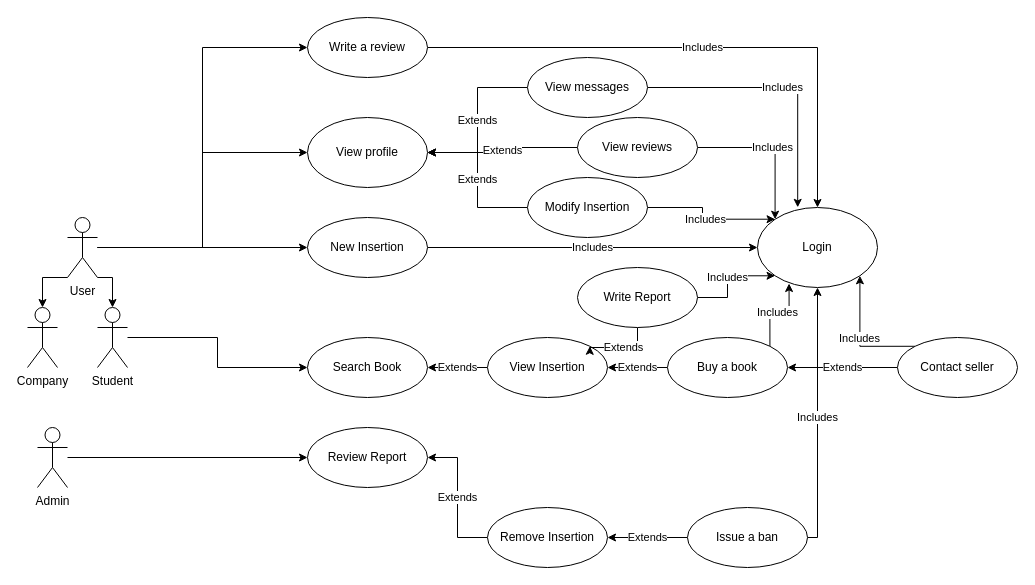
This is blob/Use_Cases_diagram.drawio from davideleoni997/ScambioUniversitario, a draw.io file, before an edit. Source tidied: cells renumbered, new cells numbered last; positions are measured from the earlier drawing's top-left corner, leaving out a move shared by most shapes. Both pictures are drawn from the tidied source at 100%, with x=0, y=0 at pixel (27, 17).
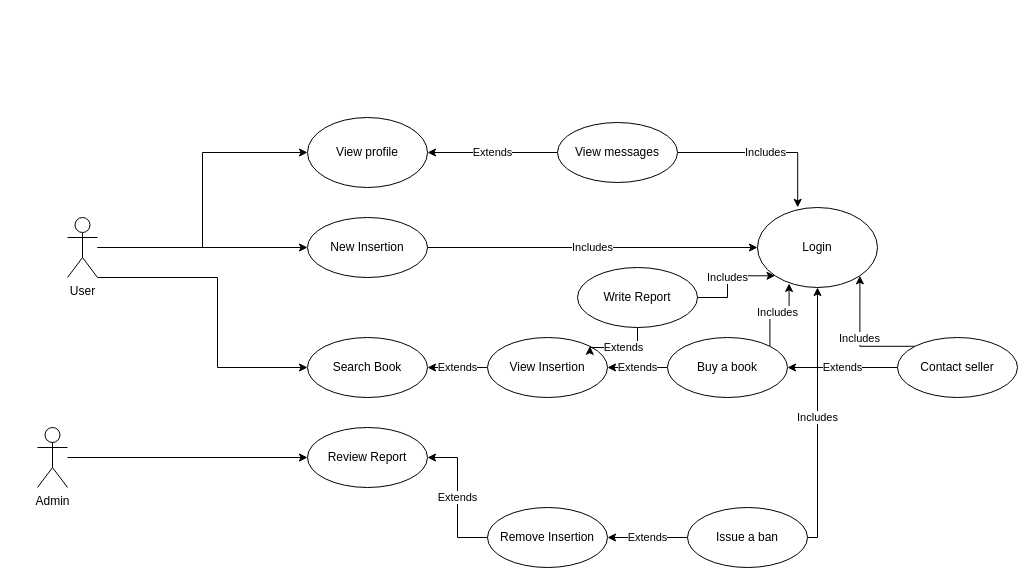
After the change.

Unchanged cells that the change refers to:
```xml
<mxCell id="7" value="User" style="shape=umlActor;verticalLabelPosition=bottom;labelBackgroundColor=#ffffff;verticalAlign=top;html=1;outlineConnect=0;" parent="1" vertex="1">
  <mxGeometry x="40" y="200" width="30" height="60" as="geometry" />
</mxCell>
<mxCell id="16" value="Login" style="ellipse;whiteSpace=wrap;html=1;rounded=0;" parent="1" vertex="1">
  <mxGeometry x="730" y="190" width="120" height="80" as="geometry" />
</mxCell>
<mxCell id="17" value="View profile" style="ellipse;whiteSpace=wrap;html=1;rounded=0;" parent="1" vertex="1">
  <mxGeometry x="280" y="100" width="120" height="70" as="geometry" />
</mxCell>
<mxCell id="18" value="Search Book" style="ellipse;whiteSpace=wrap;html=1;fontFamily=Helvetica;fontSize=12;fontColor=#000000;align=center;strokeColor=#000000;fillColor=#ffffff;" parent="1" vertex="1">
  <mxGeometry x="280" y="320" width="120" height="60" as="geometry" />
</mxCell>
```

The edit, as a diff of the source:
```diff
@@
-    <mxCell id="4" style="edgeStyle=orthogonalEdgeStyle;rounded=0;jettySize=auto;html=1;exitX=1;exitY=1;exitDx=0;exitDy=0;exitPerimeter=0;entryX=0.5;entryY=0;entryDx=0;entryDy=0;entryPerimeter=0;" parent="1" edge="1" source="7" target="33">
-      <mxGeometry relative="1" as="geometry" />
-    </mxCell>
-    <mxCell id="5" style="edgeStyle=orthogonalEdgeStyle;rounded=0;jettySize=auto;html=1;exitX=0;exitY=1;exitDx=0;exitDy=0;exitPerimeter=0;entryX=0.5;entryY=0;entryDx=0;entryDy=0;entryPerimeter=0;" parent="1" edge="1" source="7" target="34">
-      <mxGeometry relative="1" as="geometry" />
-    </mxCell>
-    <mxCell id="6" style="edgeStyle=orthogonalEdgeStyle;rounded=0;jettySize=auto;html=1;entryX=0;entryY=0.5;entryDx=0;entryDy=0;" parent="1" edge="1" source="7" target="39">
-      <mxGeometry relative="1" as="geometry" />
-    </mxCell>
@@
-    <mxCell id="13" value="Extends" style="edgeStyle=orthogonalEdgeStyle;rounded=0;jettySize=auto;html=1;entryX=1;entryY=0.5;entryDx=0;entryDy=0;" parent="1" edge="1" source="15" target="17">
-      <mxGeometry relative="1" as="geometry" />
-    </mxCell>
-    <mxCell id="14" value="Includes" style="edgeStyle=orthogonalEdgeStyle;rounded=0;jettySize=auto;html=1;entryX=0;entryY=0;entryDx=0;entryDy=0;" parent="1" edge="1" source="15" target="16">
-      <mxGeometry relative="1" as="geometry" />
-    </mxCell>
-    <mxCell id="15" value="Modify Insertion" style="ellipse;whiteSpace=wrap;html=1;fontFamily=Helvetica;fontSize=12;fontColor=#000000;align=center;strokeColor=#000000;fillColor=#ffffff;" parent="1" vertex="1">
-      <mxGeometry x="500" y="160" width="120" height="60" as="geometry" />
-    </mxCell>
@@
-    <mxCell id="32" style="edgeStyle=orthogonalEdgeStyle;rounded=0;jettySize=auto;html=1;entryX=0;entryY=0.5;entryDx=0;entryDy=0;" parent="1" edge="1" source="33" target="18">
-      <mxGeometry relative="1" as="geometry" />
+    <mxCell id="32" style="edgeStyle=orthogonalEdgeStyle;rounded=0;jettySize=auto;html=1;entryX=0;entryY=0.5;entryDx=0;entryDy=0;exitX=1;exitY=1;exitDx=0;exitDy=0;exitPerimeter=0;" parent="1" edge="1" source="7" target="18">
+      <mxGeometry relative="1" as="geometry">
+        <Array as="points">
+          <mxPoint x="190" y="260" />
+          <mxPoint x="190" y="350" />
+        </Array>
+      </mxGeometry>
     </mxCell>
-    <mxCell id="33" value="Student" style="shape=umlActor;verticalLabelPosition=bottom;labelBackgroundColor=#ffffff;verticalAlign=top;html=1;" parent="1" vertex="1">
-      <mxGeometry x="70" y="290" width="30" height="60" as="geometry" />
-    </mxCell>
-    <mxCell id="34" value="Company" style="shape=umlActor;verticalLabelPosition=bottom;labelBackgroundColor=#ffffff;verticalAlign=top;html=1;" parent="1" vertex="1">
-      <mxGeometry y="290" width="30" height="60" as="geometry" />
-    </mxCell>
@@
-    <mxCell id="38" value="Includes" style="edgeStyle=orthogonalEdgeStyle;rounded=0;jettySize=auto;html=1;entryX=0.5;entryY=0;entryDx=0;entryDy=0;" parent="1" edge="1" source="39" target="16">
-      <mxGeometry relative="1" as="geometry" />
-    </mxCell>
-    <mxCell id="39" value="Write a review" style="ellipse;whiteSpace=wrap;html=1;fontFamily=Helvetica;fontSize=12;fontColor=#000000;align=center;strokeColor=#000000;fillColor=#ffffff;" parent="1" vertex="1">
-      <mxGeometry x="280" width="120" height="60" as="geometry" />
-    </mxCell>
-    <mxCell id="40" value="Extends" style="edgeStyle=orthogonalEdgeStyle;rounded=0;jettySize=auto;html=1;entryX=1;entryY=0.5;entryDx=0;entryDy=0;" parent="1" edge="1" source="42" target="17">
-      <mxGeometry relative="1" as="geometry" />
-    </mxCell>
-    <mxCell id="41" value="Includes" style="edgeStyle=orthogonalEdgeStyle;rounded=0;jettySize=auto;html=1;entryX=0;entryY=0;entryDx=0;entryDy=0;" parent="1" edge="1" source="42" target="16">
-      <mxGeometry relative="1" as="geometry" />
-    </mxCell>
-    <mxCell id="42" value="View reviews" style="ellipse;whiteSpace=wrap;html=1;fontFamily=Helvetica;fontSize=12;fontColor=#000000;align=center;strokeColor=#000000;fillColor=#ffffff;" parent="1" vertex="1">
-      <mxGeometry x="550" y="100" width="120" height="60" as="geometry" />
-    </mxCell>
@@
     <mxCell id="45" value="View messages" style="ellipse;whiteSpace=wrap;html=1;fontFamily=Helvetica;fontSize=12;fontColor=#000000;align=center;strokeColor=#000000;fillColor=#ffffff;" parent="1" vertex="1">
-      <mxGeometry x="500" y="40" width="120" height="60" as="geometry" />
+      <mxGeometry x="530" y="105" width="120" height="60" as="geometry" />
     </mxCell>
```
